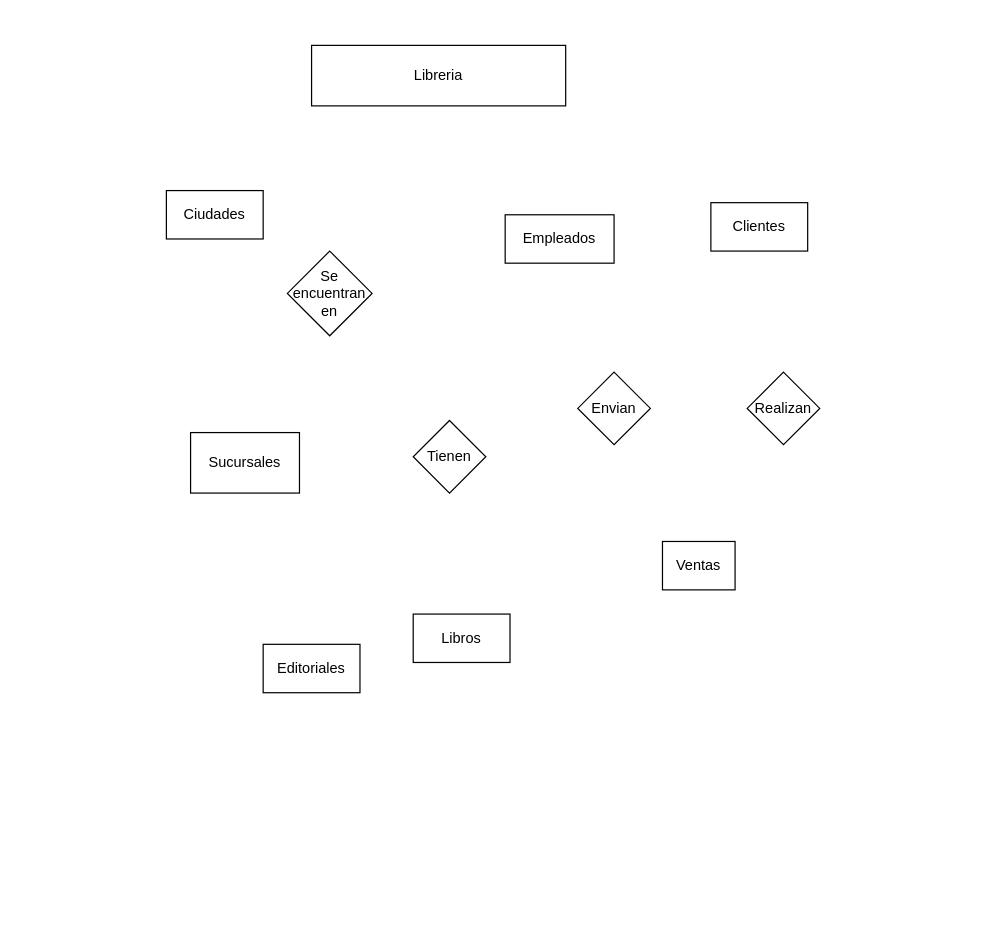
This is Cuadro Entidad Relacion Libreria.drawio from EzequielLST/SQL-Trabajo-final, a draw.io file, before an edit. Source tidied: cells renumbered, new cells numbered last; positions are measured from the earlier drawing's top-left corner, leaving out a move shared by most shapes. Both pictures are drawn from the tidied source at 121%, with x=0, y=0 at pixel (166, 45).
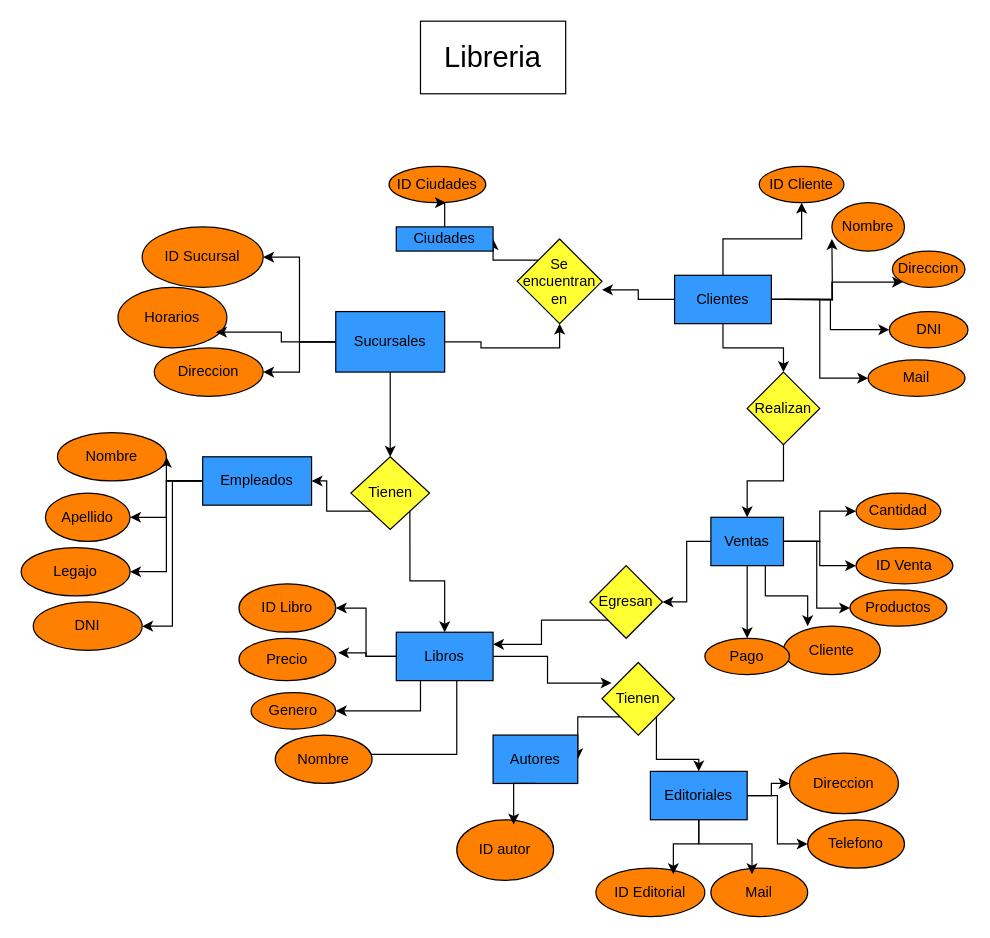
The same page after the edit.

The edit, as a diff of the source:
```diff
@@
-    <mxCell id="2" value="Libreria" style="rounded=0;whiteSpace=wrap;html=1;" parent="1" vertex="1">
-      <mxGeometry x="120" width="210" height="50" as="geometry" />
-    </mxCell>
+    <mxCell id="14" style="edgeStyle=orthogonalEdgeStyle;rounded=0;jettySize=auto;html=1;exitX=0;exitY=0.5;exitDx=0;exitDy=0;entryX=1;entryY=0.5;entryDx=0;entryDy=0;" parent="1" edge="1" source="3" target="65">
+      <mxGeometry relative="1" as="geometry" />
+    </mxCell>
+    <mxCell id="15" style="edgeStyle=orthogonalEdgeStyle;rounded=0;jettySize=auto;html=1;entryX=1;entryY=0.5;entryDx=0;entryDy=0;" parent="1" edge="1" source="3" target="66">
+      <mxGeometry relative="1" as="geometry" />
+    </mxCell>
+    <mxCell id="16" style="edgeStyle=orthogonalEdgeStyle;rounded=0;jettySize=auto;html=1;entryX=1;entryY=0.5;entryDx=0;entryDy=0;" parent="1" edge="1" source="3" target="67">
+      <mxGeometry relative="1" as="geometry" />
+    </mxCell>
+    <mxCell id="17" style="edgeStyle=orthogonalEdgeStyle;rounded=0;jettySize=auto;html=1;entryX=1;entryY=0.5;entryDx=0;entryDy=0;" parent="1" edge="1" source="3" target="68">
+      <mxGeometry relative="1" as="geometry" />
+    </mxCell>
-    <mxCell id="3" value="Empleados" style="rounded=0;whiteSpace=wrap;html=1;" parent="1" vertex="1">
-      <mxGeometry x="280" y="140" width="90" height="40" as="geometry" />
+    <mxCell id="3" value="Empleados" style="rounded=0;whiteSpace=wrap;html=1;fillColor=#3399FF;" parent="1" vertex="1">
+      <mxGeometry x="30" y="340" width="90" height="40" as="geometry" />
     </mxCell>
+    <mxCell id="18" style="edgeStyle=orthogonalEdgeStyle;rounded=0;jettySize=auto;html=1;entryX=0.5;entryY=1;entryDx=0;entryDy=0;" parent="1" edge="1" source="4" target="11">
+      <mxGeometry relative="1" as="geometry" />
+    </mxCell>
+    <mxCell id="19" style="edgeStyle=orthogonalEdgeStyle;rounded=0;jettySize=auto;html=1;" parent="1" edge="1" source="4" target="47">
+      <mxGeometry relative="1" as="geometry" />
+    </mxCell>
+    <mxCell id="20" style="edgeStyle=orthogonalEdgeStyle;rounded=0;jettySize=auto;html=1;entryX=1;entryY=0.5;entryDx=0;entryDy=0;" parent="1" edge="1" source="4" target="69">
+      <mxGeometry relative="1" as="geometry" />
+    </mxCell>
+    <mxCell id="21" style="edgeStyle=orthogonalEdgeStyle;rounded=0;jettySize=auto;html=1;exitX=0;exitY=0.5;exitDx=0;exitDy=0;entryX=1;entryY=0.5;entryDx=0;entryDy=0;" parent="1" edge="1" source="4" target="81">
+      <mxGeometry relative="1" as="geometry" />
+    </mxCell>
-    <mxCell id="4" value="Sucursales" style="rounded=0;whiteSpace=wrap;html=1;" parent="1" vertex="1">
-      <mxGeometry x="20" y="320" width="90" height="50" as="geometry" />
+    <mxCell id="4" value="Sucursales" style="rounded=0;whiteSpace=wrap;html=1;fillColor=#3399FF;" parent="1" vertex="1">
+      <mxGeometry x="140" y="220" width="90" height="50" as="geometry" />
     </mxCell>
+    <mxCell id="22" style="edgeStyle=orthogonalEdgeStyle;rounded=0;jettySize=auto;html=1;exitX=0.5;exitY=1;exitDx=0;exitDy=0;" parent="1" edge="1" source="5" target="9">
+      <mxGeometry relative="1" as="geometry" />
+    </mxCell>
+    <mxCell id="23" style="edgeStyle=orthogonalEdgeStyle;rounded=0;jettySize=auto;html=1;" parent="1" edge="1" source="5" target="51">
+      <mxGeometry relative="1" as="geometry" />
+    </mxCell>
+    <mxCell id="24" style="edgeStyle=orthogonalEdgeStyle;rounded=0;orthogonalLoop=1;jettySize=auto;html=1;" parent="1" edge="1">
+      <mxGeometry relative="1" as="geometry">
+        <mxPoint x="510" y="210" as="sourcePoint" />
+        <mxPoint x="550" y="160" as="targetPoint" />
+      </mxGeometry>
+    </mxCell>
+    <mxCell id="25" style="edgeStyle=orthogonalEdgeStyle;rounded=0;jettySize=auto;html=1;" parent="1" edge="1" source="5" target="49">
+      <mxGeometry relative="1" as="geometry" />
+    </mxCell>
+    <mxCell id="26" style="edgeStyle=orthogonalEdgeStyle;rounded=0;jettySize=auto;html=1;entryX=0;entryY=1;entryDx=0;entryDy=0;" parent="1" edge="1" source="5" target="48">
+      <mxGeometry relative="1" as="geometry" />
+    </mxCell>
+    <mxCell id="27" style="edgeStyle=orthogonalEdgeStyle;rounded=0;jettySize=auto;html=1;entryX=0;entryY=0.5;entryDx=0;entryDy=0;" parent="1" edge="1" source="5" target="73">
+      <mxGeometry relative="1" as="geometry" />
+    </mxCell>
-    <mxCell id="5" value="Clientes" style="rounded=0;whiteSpace=wrap;html=1;" parent="1" vertex="1">
-      <mxGeometry x="450" y="130" width="80" height="40" as="geometry" />
+    <mxCell id="5" value="Clientes" style="rounded=0;whiteSpace=wrap;html=1;fillColor=#3399FF;" parent="1" vertex="1">
+      <mxGeometry x="420" y="190" width="80" height="40" as="geometry" />
     </mxCell>
+    <mxCell id="28" style="edgeStyle=orthogonalEdgeStyle;rounded=0;jettySize=auto;html=1;entryX=0.133;entryY=0.283;entryDx=0;entryDy=0;entryPerimeter=0;" parent="1" edge="1" source="6" target="8">
+      <mxGeometry relative="1" as="geometry" />
+    </mxCell>
+    <mxCell id="29" style="edgeStyle=orthogonalEdgeStyle;rounded=0;jettySize=auto;html=1;exitX=0;exitY=0.5;exitDx=0;exitDy=0;" parent="1" edge="1" source="6" target="61">
+      <mxGeometry relative="1" as="geometry" />
+    </mxCell>
+    <mxCell id="30" style="edgeStyle=orthogonalEdgeStyle;rounded=0;jettySize=auto;html=1;entryX=1;entryY=0;entryDx=0;entryDy=0;" parent="1" edge="1" source="6" target="82">
+      <mxGeometry relative="1" as="geometry">
+        <Array as="points">
+          <mxPoint x="240" y="586" />
+        </Array>
+      </mxGeometry>
+    </mxCell>
+    <mxCell id="31" style="edgeStyle=orthogonalEdgeStyle;rounded=0;jettySize=auto;html=1;exitX=0.25;exitY=1;exitDx=0;exitDy=0;entryX=1;entryY=0.5;entryDx=0;entryDy=0;" parent="1" edge="1" source="6" target="63">
+      <mxGeometry relative="1" as="geometry" />
+    </mxCell>
-    <mxCell id="6" value="Libros" style="rounded=0;whiteSpace=wrap;html=1;" parent="1" vertex="1">
-      <mxGeometry x="204" y="470" width="80" height="40" as="geometry" />
+    <mxCell id="6" value="Libros" style="rounded=0;whiteSpace=wrap;html=1;fillColor=#3399FF;" parent="1" vertex="1">
+      <mxGeometry x="190" y="485" width="80" height="40" as="geometry" />
     </mxCell>
+    <mxCell id="32" style="edgeStyle=orthogonalEdgeStyle;rounded=0;jettySize=auto;html=1;entryX=0;entryY=0.5;entryDx=0;entryDy=0;" parent="1" edge="1" source="7" target="76">
+      <mxGeometry relative="1" as="geometry" />
+    </mxCell>
+    <mxCell id="33" style="edgeStyle=orthogonalEdgeStyle;rounded=0;jettySize=auto;html=1;entryX=0;entryY=0.5;entryDx=0;entryDy=0;" parent="1" edge="1" source="7" target="75">
+      <mxGeometry relative="1" as="geometry" />
+    </mxCell>
-    <mxCell id="7" value="Editoriales" style="rounded=0;whiteSpace=wrap;html=1;" parent="1" vertex="1">
-      <mxGeometry x="80" y="495" width="80" height="40" as="geometry" />
+    <mxCell id="7" value="Editoriales" style="rounded=0;whiteSpace=wrap;html=1;fillColor=#3399FF;" parent="1" vertex="1">
+      <mxGeometry x="400" y="600" width="80" height="40" as="geometry" />
     </mxCell>
+    <mxCell id="34" style="edgeStyle=orthogonalEdgeStyle;rounded=0;jettySize=auto;html=1;exitX=1;exitY=1;exitDx=0;exitDy=0;" parent="1" edge="1" source="8" target="7">
+      <mxGeometry relative="1" as="geometry" />
+    </mxCell>
+    <mxCell id="35" style="edgeStyle=orthogonalEdgeStyle;rounded=0;jettySize=auto;html=1;exitX=0;exitY=1;exitDx=0;exitDy=0;entryX=1;entryY=0.5;entryDx=0;entryDy=0;" parent="1" edge="1" source="8" target="60">
+      <mxGeometry relative="1" as="geometry" />
+    </mxCell>
-    <mxCell id="8" value="Tienen" style="rhombus;whiteSpace=wrap;html=1;" parent="1" vertex="1">
-      <mxGeometry x="204" y="310" width="60" height="60" as="geometry" />
+    <mxCell id="8" value="Tienen" style="rhombus;whiteSpace=wrap;html=1;fillColor=#FFFF33;" parent="1" vertex="1">
+      <mxGeometry x="360" y="510" width="60" height="60" as="geometry" />
     </mxCell>
+    <mxCell id="36" style="edgeStyle=orthogonalEdgeStyle;rounded=0;jettySize=auto;html=1;exitX=0.5;exitY=1;exitDx=0;exitDy=0;" parent="1" edge="1" source="9" target="13">
+      <mxGeometry relative="1" as="geometry" />
+    </mxCell>
-    <mxCell id="9" value="Realizan" style="rhombus;whiteSpace=wrap;html=1;" parent="1" vertex="1">
+    <mxCell id="9" value="Realizan" style="rhombus;whiteSpace=wrap;html=1;fillColor=#FFFF33;" parent="1" vertex="1">
       <mxGeometry x="480" y="270" width="60" height="60" as="geometry" />
     </mxCell>
+    <mxCell id="37" style="edgeStyle=orthogonalEdgeStyle;rounded=0;jettySize=auto;html=1;exitX=0;exitY=1;exitDx=0;exitDy=0;entryX=1;entryY=0.25;entryDx=0;entryDy=0;" parent="1" edge="1" source="10" target="6">
+      <mxGeometry relative="1" as="geometry" />
+    </mxCell>
-    <mxCell id="10" value="Envian" style="rhombus;whiteSpace=wrap;html=1;" parent="1" vertex="1">
-      <mxGeometry x="340" y="270" width="60" height="60" as="geometry" />
+    <mxCell id="10" value="Egresan" style="rhombus;whiteSpace=wrap;html=1;fillColor=#FFFF33;" parent="1" vertex="1">
+      <mxGeometry x="350" y="430" width="60" height="60" as="geometry" />
     </mxCell>
+    <mxCell id="38" style="edgeStyle=orthogonalEdgeStyle;rounded=0;jettySize=auto;html=1;exitX=0;exitY=0;exitDx=0;exitDy=0;entryX=1;entryY=0.5;entryDx=0;entryDy=0;" parent="1" edge="1" source="11" target="12">
+      <mxGeometry relative="1" as="geometry" />
+    </mxCell>
-    <mxCell id="11" value="Se encuentran en" style="rhombus;whiteSpace=wrap;html=1;" parent="1" vertex="1">
-      <mxGeometry x="100" y="170" width="70" height="70" as="geometry" />
+    <mxCell id="11" value="Se encuentran en" style="rhombus;whiteSpace=wrap;html=1;fillColor=#FFFF33;" parent="1" vertex="1">
+      <mxGeometry x="290" y="160" width="70" height="70" as="geometry" />
     </mxCell>
-    <mxCell id="12" value="Ciudades" style="rounded=0;whiteSpace=wrap;html=1;" parent="1" vertex="1">
-      <mxGeometry y="120" width="80" height="40" as="geometry" />
+    <mxCell id="12" value="Ciudades" style="rounded=0;whiteSpace=wrap;html=1;fillColor=#3399FF;" parent="1" vertex="1">
+      <mxGeometry x="190" y="150" width="80" height="20" as="geometry" />
     </mxCell>
+    <mxCell id="39" style="edgeStyle=orthogonalEdgeStyle;rounded=0;jettySize=auto;html=1;entryX=1;entryY=0.5;entryDx=0;entryDy=0;" parent="1" edge="1" source="13" target="10">
+      <mxGeometry relative="1" as="geometry" />
+    </mxCell>
+    <mxCell id="40" style="edgeStyle=orthogonalEdgeStyle;rounded=0;jettySize=auto;html=1;entryX=0;entryY=0.5;entryDx=0;entryDy=0;" parent="1" edge="1" source="13" target="54">
+      <mxGeometry relative="1" as="geometry" />
+    </mxCell>
+    <mxCell id="41" style="edgeStyle=orthogonalEdgeStyle;rounded=0;jettySize=auto;html=1;entryX=0;entryY=0.5;entryDx=0;entryDy=0;" parent="1" edge="1" source="13" target="55">
+      <mxGeometry relative="1" as="geometry" />
+    </mxCell>
+    <mxCell id="42" style="edgeStyle=orthogonalEdgeStyle;rounded=0;jettySize=auto;html=1;entryX=0;entryY=0.5;entryDx=0;entryDy=0;" parent="1" edge="1" source="13" target="56">
+      <mxGeometry relative="1" as="geometry" />
+    </mxCell>
+    <mxCell id="43" style="edgeStyle=orthogonalEdgeStyle;rounded=0;jettySize=auto;html=1;" parent="1" edge="1" source="13" target="58">
+      <mxGeometry relative="1" as="geometry" />
+    </mxCell>
-    <mxCell id="13" value="Ventas" style="rounded=0;whiteSpace=wrap;html=1;" parent="1" vertex="1">
-      <mxGeometry x="410" y="410" width="60" height="40" as="geometry" />
+    <mxCell id="13" value="Ventas" style="rounded=0;whiteSpace=wrap;html=1;fillColor=#3399FF;" parent="1" vertex="1">
+      <mxGeometry x="450" y="390" width="60" height="40" as="geometry" />
     </mxCell>
+    <mxCell id="44" style="edgeStyle=orthogonalEdgeStyle;rounded=0;jettySize=auto;html=1;entryX=1;entryY=0.6;entryDx=0;entryDy=0;entryPerimeter=0;" parent="1" edge="1" source="5" target="11">
+      <mxGeometry relative="1" as="geometry" />
+    </mxCell>
+    <mxCell id="45" style="edgeStyle=orthogonalEdgeStyle;rounded=0;jettySize=auto;html=1;exitX=0;exitY=1;exitDx=0;exitDy=0;entryX=1;entryY=0.5;entryDx=0;entryDy=0;" parent="1" edge="1" source="47" target="3">
+      <mxGeometry relative="1" as="geometry" />
+    </mxCell>
+    <mxCell id="46" style="edgeStyle=orthogonalEdgeStyle;rounded=0;jettySize=auto;html=1;exitX=1;exitY=1;exitDx=0;exitDy=0;" parent="1" edge="1" source="47" target="6">
+      <mxGeometry relative="1" as="geometry" />
+    </mxCell>
+    <mxCell id="47" value="Tienen" style="rhombus;whiteSpace=wrap;html=1;fillColor=#FFFF33;" parent="1" vertex="1">
+      <mxGeometry x="152.5" y="340" width="65" height="60" as="geometry" />
+    </mxCell>
+    <mxCell id="48" value="Direccion" style="ellipse;whiteSpace=wrap;html=1;fillColor=#FF8000;" parent="1" vertex="1">
+      <mxGeometry x="600" y="170" width="60" height="30" as="geometry" />
+    </mxCell>
+    <mxCell id="49" value="DNI" style="ellipse;whiteSpace=wrap;html=1;fillColor=#FF8000;" parent="1" vertex="1">
+      <mxGeometry x="597.5" y="220" width="65" height="30" as="geometry" />
+    </mxCell>
+    <mxCell id="50" value="Nombre" style="ellipse;whiteSpace=wrap;html=1;fillColor=#FF8000;" parent="1" vertex="1">
+      <mxGeometry x="550" y="130" width="60" height="40" as="geometry" />
+    </mxCell>
+    <mxCell id="51" value="ID Cliente" style="ellipse;whiteSpace=wrap;html=1;fillColor=#FF8000;" parent="1" vertex="1">
+      <mxGeometry x="490" y="100" width="70" height="30" as="geometry" />
+    </mxCell>
+    <mxCell id="52" value="ID Ciudades" style="ellipse;whiteSpace=wrap;html=1;fillColor=#FF8000;" parent="1" vertex="1">
+      <mxGeometry x="184" y="100" width="80" height="30" as="geometry" />
+    </mxCell>
+    <mxCell id="53" style="edgeStyle=orthogonalEdgeStyle;rounded=0;jettySize=auto;html=1;entryX=0.588;entryY=1;entryDx=0;entryDy=0;entryPerimeter=0;" parent="1" edge="1" source="12" target="52">
+      <mxGeometry relative="1" as="geometry" />
+    </mxCell>
+    <mxCell id="54" value="Cantidad" style="ellipse;whiteSpace=wrap;html=1;fillColor=#FF8000;" parent="1" vertex="1">
+      <mxGeometry x="570" y="370" width="70" height="30" as="geometry" />
+    </mxCell>
+    <mxCell id="55" value="ID Venta" style="ellipse;whiteSpace=wrap;html=1;fillColor=#FF8000;" parent="1" vertex="1">
+      <mxGeometry x="570" y="415" width="80" height="30" as="geometry" />
+    </mxCell>
+    <mxCell id="56" value="Productos" style="ellipse;whiteSpace=wrap;html=1;fillColor=#FF8000;" parent="1" vertex="1">
+      <mxGeometry x="565" y="450" width="80" height="30" as="geometry" />
+    </mxCell>
+    <mxCell id="57" value="Cliente" style="ellipse;whiteSpace=wrap;html=1;fillColor=#FF8000;" parent="1" vertex="1">
+      <mxGeometry x="510" y="480" width="80" height="40" as="geometry" />
+    </mxCell>
+    <mxCell id="58" value="Pago" style="ellipse;whiteSpace=wrap;html=1;fillColor=#FF8000;" parent="1" vertex="1">
+      <mxGeometry x="445" y="490" width="70" height="30" as="geometry" />
+    </mxCell>
+    <mxCell id="59" style="edgeStyle=orthogonalEdgeStyle;rounded=0;jettySize=auto;html=1;exitX=0.75;exitY=1;exitDx=0;exitDy=0;entryX=0.25;entryY=0;entryDx=0;entryDy=0;entryPerimeter=0;" parent="1" edge="1" source="13" target="57">
+      <mxGeometry relative="1" as="geometry" />
+    </mxCell>
+    <mxCell id="60" value="Autores" style="rounded=0;whiteSpace=wrap;html=1;fillColor=#3399FF;" parent="1" vertex="1">
+      <mxGeometry x="270" y="570" width="70" height="40" as="geometry" />
+    </mxCell>
+    <mxCell id="61" value="ID Libro" style="ellipse;whiteSpace=wrap;html=1;fillColor=#FF8000;" parent="1" vertex="1">
+      <mxGeometry x="60" y="445" width="80" height="40" as="geometry" />
+    </mxCell>
+    <mxCell id="62" value="Precio" style="ellipse;whiteSpace=wrap;html=1;fillColor=#FF8000;" parent="1" vertex="1">
+      <mxGeometry x="60" y="490" width="80" height="35" as="geometry" />
+    </mxCell>
+    <mxCell id="63" value="Genero" style="ellipse;whiteSpace=wrap;html=1;fillColor=#FF8000;" parent="1" vertex="1">
+      <mxGeometry x="70" y="535" width="70" height="30" as="geometry" />
+    </mxCell>
+    <mxCell id="64" style="edgeStyle=orthogonalEdgeStyle;rounded=0;jettySize=auto;html=1;entryX=1.025;entryY=0.343;entryDx=0;entryDy=0;entryPerimeter=0;" parent="1" edge="1" source="6" target="62">
+      <mxGeometry relative="1" as="geometry" />
+    </mxCell>
+    <mxCell id="65" value="Nombre" style="ellipse;whiteSpace=wrap;html=1;fillColor=#FF8000;" parent="1" vertex="1">
+      <mxGeometry x="-90" y="320" width="90" height="40" as="geometry" />
+    </mxCell>
+    <mxCell id="66" value="Apellido" style="ellipse;whiteSpace=wrap;html=1;fillColor=#FF8000;" parent="1" vertex="1">
+      <mxGeometry x="-100" y="370" width="70" height="40" as="geometry" />
+    </mxCell>
+    <mxCell id="67" value="Legajo" style="ellipse;whiteSpace=wrap;html=1;fillColor=#FF8000;" parent="1" vertex="1">
+      <mxGeometry x="-120" y="415" width="90" height="40" as="geometry" />
+    </mxCell>
+    <mxCell id="68" value="DNI" style="ellipse;whiteSpace=wrap;html=1;fillColor=#FF8000;" parent="1" vertex="1">
+      <mxGeometry x="-110" y="460" width="90" height="40" as="geometry" />
+    </mxCell>
+    <mxCell id="69" value="ID Sucursal" style="ellipse;whiteSpace=wrap;html=1;fillColor=#FF8000;" parent="1" vertex="1">
+      <mxGeometry x="-20" y="150" width="100" height="50" as="geometry" />
+    </mxCell>
+    <mxCell id="70" value="Horarios" style="ellipse;whiteSpace=wrap;html=1;fillColor=#FF8000;" parent="1" vertex="1">
+      <mxGeometry x="-40" y="200" width="90" height="50" as="geometry" />
+    </mxCell>
+    <mxCell id="71" style="edgeStyle=orthogonalEdgeStyle;rounded=0;jettySize=auto;html=1;entryX=0.9;entryY=0.74;entryDx=0;entryDy=0;entryPerimeter=0;" parent="1" edge="1" source="4" target="70">
+      <mxGeometry relative="1" as="geometry" />
+    </mxCell>
+    <mxCell id="72" value="ID Editorial" style="ellipse;whiteSpace=wrap;html=1;fillColor=#FF8000;" parent="1" vertex="1">
+      <mxGeometry x="355" y="680" width="90" height="40" as="geometry" />
+    </mxCell>
+    <mxCell id="73" value="Mail" style="ellipse;whiteSpace=wrap;html=1;fillColor=#FF8000;" parent="1" vertex="1">
+      <mxGeometry x="580" y="260" width="80" height="30" as="geometry" />
+    </mxCell>
+    <mxCell id="74" value="Mail" style="ellipse;whiteSpace=wrap;html=1;fillColor=#FF8000;" parent="1" vertex="1">
+      <mxGeometry x="450" y="680" width="80" height="40" as="geometry" />
+    </mxCell>
+    <mxCell id="75" value="Telefono" style="ellipse;whiteSpace=wrap;html=1;fillColor=#FF8000;" parent="1" vertex="1">
+      <mxGeometry x="530" y="640" width="80" height="40" as="geometry" />
+    </mxCell>
+    <mxCell id="76" value="Direccion" style="ellipse;whiteSpace=wrap;html=1;fillColor=#FF8000;" parent="1" vertex="1">
+      <mxGeometry x="515" y="585" width="90" height="50" as="geometry" />
+    </mxCell>
+    <mxCell id="77" style="edgeStyle=orthogonalEdgeStyle;rounded=0;jettySize=auto;html=1;entryX=0.425;entryY=0.125;entryDx=0;entryDy=0;entryPerimeter=0;" parent="1" edge="1" source="7" target="74">
+      <mxGeometry relative="1" as="geometry" />
+    </mxCell>
+    <mxCell id="78" style="edgeStyle=orthogonalEdgeStyle;rounded=0;jettySize=auto;html=1;exitX=0.5;exitY=1;exitDx=0;exitDy=0;entryX=0.711;entryY=0.125;entryDx=0;entryDy=0;entryPerimeter=0;" parent="1" edge="1" source="7" target="72">
+      <mxGeometry relative="1" as="geometry" />
+    </mxCell>
+    <mxCell id="79" value="ID autor" style="ellipse;whiteSpace=wrap;html=1;fillColor=#FF8000;" parent="1" vertex="1">
+      <mxGeometry x="240" y="640" width="80" height="50" as="geometry" />
+    </mxCell>
+    <mxCell id="80" style="edgeStyle=orthogonalEdgeStyle;rounded=0;jettySize=auto;html=1;exitX=0.5;exitY=1;exitDx=0;exitDy=0;entryX=0.588;entryY=0.08;entryDx=0;entryDy=0;entryPerimeter=0;" parent="1" edge="1" source="60" target="79">
+      <mxGeometry relative="1" as="geometry" />
+    </mxCell>
+    <mxCell id="81" value="Direccion" style="ellipse;whiteSpace=wrap;html=1;fillColor=#FF8000;" parent="1" vertex="1">
+      <mxGeometry x="-10" y="250" width="90" height="40" as="geometry" />
+    </mxCell>
+    <mxCell id="82" value="Nombre" style="ellipse;whiteSpace=wrap;html=1;fillColor=#FF8000;" parent="1" vertex="1">
+      <mxGeometry x="90" y="570" width="80" height="40" as="geometry" />
+    </mxCell>
+    <mxCell id="2" value="&lt;font style=&quot;font-size: 24px;&quot;&gt;Libreria&lt;/font&gt;" style="rounded=0;whiteSpace=wrap;html=1;" parent="1" vertex="1">
+      <mxGeometry x="210" y="-20" width="120" height="60" as="geometry" />
+    </mxCell>
```
